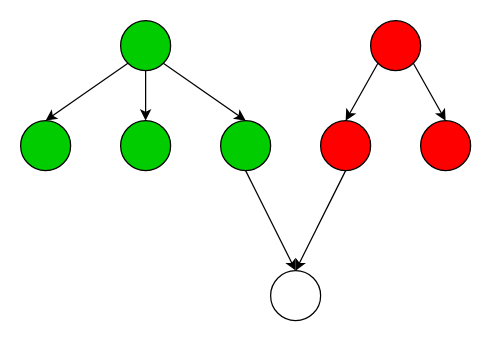
The draw.io diagram docs/Wiki/Parallelisation/diagrams/graph.drawio in butterplup/Task-Scheduler, before the edit. Source tidied: cells renumbered, new cells numbered last; positions are measured from the earlier drawing's top-left corner, leaving out a move shared by most shapes. Both pictures are drawn from the tidied source at 125%, with x=0, y=0 at pixel (20, 20).
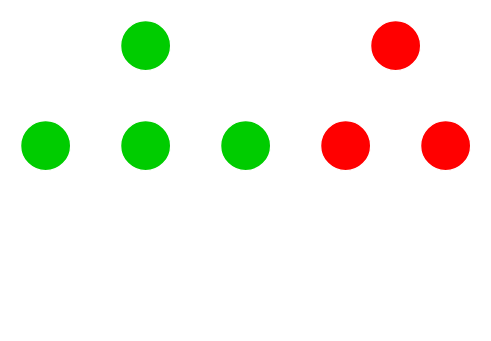
After the change.

The edit, as a diff of the source:
```diff
@@
 <mxGraphModel>
   <root>
     <mxCell id="0" />
     <mxCell id="1" parent="0" />
-    <mxCell id="2" style="ellipse;whiteSpace=wrap;html=1;fillColor=#00CC00;" parent="1" vertex="1">
+    <mxCell id="2" style="ellipse;whiteSpace=wrap;html=1;fillColor=#00CC00;strokeColor=#FFFFFF;" parent="1" vertex="1">
       <mxGeometry x="80" width="40" height="40" as="geometry" />
     </mxCell>
-    <mxCell id="3" style="ellipse;whiteSpace=wrap;html=1;fillColor=#FF0000;" parent="1" vertex="1">
+    <mxCell id="3" style="ellipse;whiteSpace=wrap;html=1;fillColor=#FF0000;strokeColor=#FFFFFF;" parent="1" vertex="1">
       <mxGeometry x="280" width="40" height="40" as="geometry" />
     </mxCell>
-    <mxCell id="4" style="ellipse;whiteSpace=wrap;html=1;fillColor=#00CC00;" parent="1" vertex="1">
+    <mxCell id="4" style="ellipse;whiteSpace=wrap;html=1;fillColor=#00CC00;strokeColor=#FFFFFF;" parent="1" vertex="1">
       <mxGeometry y="80" width="40" height="40" as="geometry" />
     </mxCell>
-    <mxCell id="5" style="endArrow=classic;html=1;exitX=0;exitY=1;exitDx=0;exitDy=0;entryX=0.5;entryY=0;entryDx=0;entryDy=0;" parent="1" edge="1" source="2" target="4">
+    <mxCell id="5" style="endArrow=classic;html=1;exitX=0;exitY=1;exitDx=0;exitDy=0;entryX=0.5;entryY=0;entryDx=0;entryDy=0;strokeColor=#FFFFFF;" parent="1" edge="1" source="2" target="4">
       <mxGeometry relative="1" as="geometry" />
     </mxCell>
-    <mxCell id="6" style="ellipse;whiteSpace=wrap;html=1;fillColor=#00CC00;" parent="1" vertex="1">
+    <mxCell id="6" style="ellipse;whiteSpace=wrap;html=1;fillColor=#00CC00;strokeColor=#FFFFFF;" parent="1" vertex="1">
       <mxGeometry x="80" y="80" width="40" height="40" as="geometry" />
     </mxCell>
-    <mxCell id="7" style="ellipse;whiteSpace=wrap;html=1;fillColor=#00CC00;" parent="1" vertex="1">
+    <mxCell id="7" style="ellipse;whiteSpace=wrap;html=1;fillColor=#00CC00;strokeColor=#FFFFFF;" parent="1" vertex="1">
       <mxGeometry x="160" y="80" width="40" height="40" as="geometry" />
     </mxCell>
-    <mxCell id="8" style="endArrow=classic;html=1;exitX=0.5;exitY=1;exitDx=0;exitDy=0;entryX=0.5;entryY=0;entryDx=0;entryDy=0;" parent="1" edge="1" source="2" target="6">
+    <mxCell id="8" style="endArrow=classic;html=1;exitX=0.5;exitY=1;exitDx=0;exitDy=0;entryX=0.5;entryY=0;entryDx=0;entryDy=0;strokeColor=#FFFFFF;" parent="1" edge="1" source="2" target="6">
       <mxGeometry relative="1" as="geometry" />
     </mxCell>
-    <mxCell id="9" style="endArrow=classic;html=1;exitX=1;exitY=1;exitDx=0;exitDy=0;entryX=0.5;entryY=0;entryDx=0;entryDy=0;" parent="1" edge="1" source="2" target="7">
+    <mxCell id="9" style="endArrow=classic;html=1;exitX=1;exitY=1;exitDx=0;exitDy=0;entryX=0.5;entryY=0;entryDx=0;entryDy=0;strokeColor=#FFFFFF;" parent="1" edge="1" source="2" target="7">
       <mxGeometry relative="1" as="geometry" />
     </mxCell>
-    <mxCell id="10" style="ellipse;whiteSpace=wrap;html=1;fillColor=#FF0000;" parent="1" vertex="1">
+    <mxCell id="10" style="ellipse;whiteSpace=wrap;html=1;fillColor=#FF0000;strokeColor=#FFFFFF;" parent="1" vertex="1">
       <mxGeometry x="240" y="80" width="40" height="40" as="geometry" />
     </mxCell>
-    <mxCell id="11" style="ellipse;whiteSpace=wrap;html=1;fillColor=#FF0000;" parent="1" vertex="1">
+    <mxCell id="11" style="ellipse;whiteSpace=wrap;html=1;fillColor=#FF0000;strokeColor=#FFFFFF;" parent="1" vertex="1">
       <mxGeometry x="320" y="80" width="40" height="40" as="geometry" />
     </mxCell>
-    <mxCell id="12" style="endArrow=classic;html=1;exitX=0;exitY=1;exitDx=0;exitDy=0;entryX=0.5;entryY=0;entryDx=0;entryDy=0;" parent="1" edge="1" source="3" target="10">
+    <mxCell id="12" style="endArrow=classic;html=1;exitX=0;exitY=1;exitDx=0;exitDy=0;entryX=0.5;entryY=0;entryDx=0;entryDy=0;strokeColor=#FFFFFF;" parent="1" edge="1" source="3" target="10">
       <mxGeometry relative="1" as="geometry" />
     </mxCell>
-    <mxCell id="13" style="endArrow=classic;html=1;exitX=1;exitY=1;exitDx=0;exitDy=0;entryX=0.5;entryY=0;entryDx=0;entryDy=0;" parent="1" edge="1" source="3" target="11">
+    <mxCell id="13" style="endArrow=classic;html=1;exitX=1;exitY=1;exitDx=0;exitDy=0;entryX=0.5;entryY=0;entryDx=0;entryDy=0;strokeColor=#FFFFFF;" parent="1" edge="1" source="3" target="11">
       <mxGeometry relative="1" as="geometry" />
     </mxCell>
-    <mxCell id="14" style="ellipse;whiteSpace=wrap;html=1;fillColor=none;" parent="1" vertex="1">
+    <mxCell id="14" style="ellipse;whiteSpace=wrap;html=1;fillColor=none;strokeColor=#FFFFFF;" parent="1" vertex="1">
       <mxGeometry x="200" y="200" width="40" height="40" as="geometry" />
     </mxCell>
-    <mxCell id="15" style="endArrow=classic;html=1;exitX=0.5;exitY=1;exitDx=0;exitDy=0;entryX=0.5;entryY=0;entryDx=0;entryDy=0;" parent="1" edge="1" source="7" target="14">
+    <mxCell id="15" style="endArrow=classic;html=1;exitX=0.5;exitY=1;exitDx=0;exitDy=0;entryX=0.5;entryY=0;entryDx=0;entryDy=0;strokeColor=#FFFFFF;" parent="1" edge="1" source="7" target="14">
       <mxGeometry relative="1" as="geometry" />
     </mxCell>
-    <mxCell id="16" style="endArrow=classic;html=1;exitX=0.5;exitY=1;exitDx=0;exitDy=0;" parent="1" edge="1" source="10">
+    <mxCell id="16" style="endArrow=classic;html=1;exitX=0.5;exitY=1;exitDx=0;exitDy=0;strokeColor=#FFFFFF;" parent="1" edge="1" source="10">
       <mxGeometry relative="1" as="geometry">
         <mxPoint x="220" y="200" as="targetPoint" />
       </mxGeometry>
     </mxCell>
   </root>
 </mxGraphModel>
```
